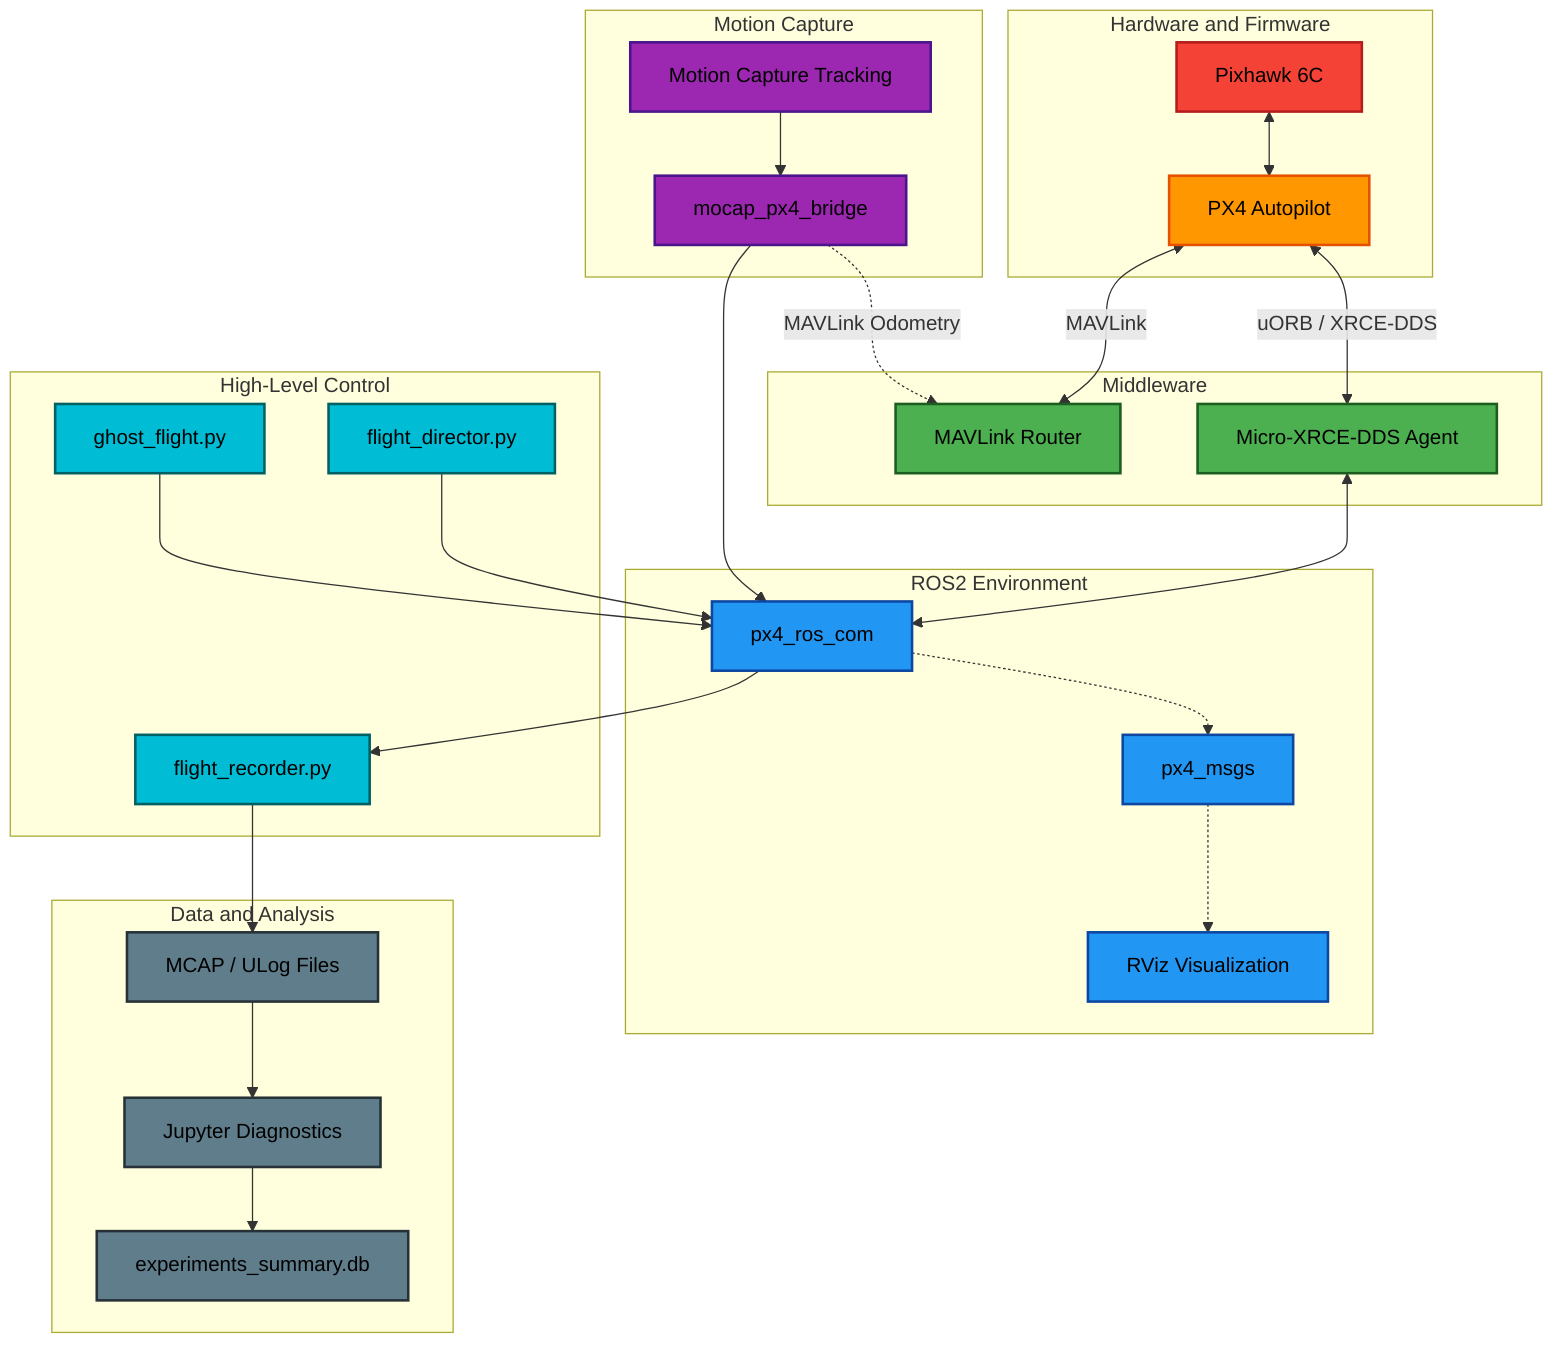
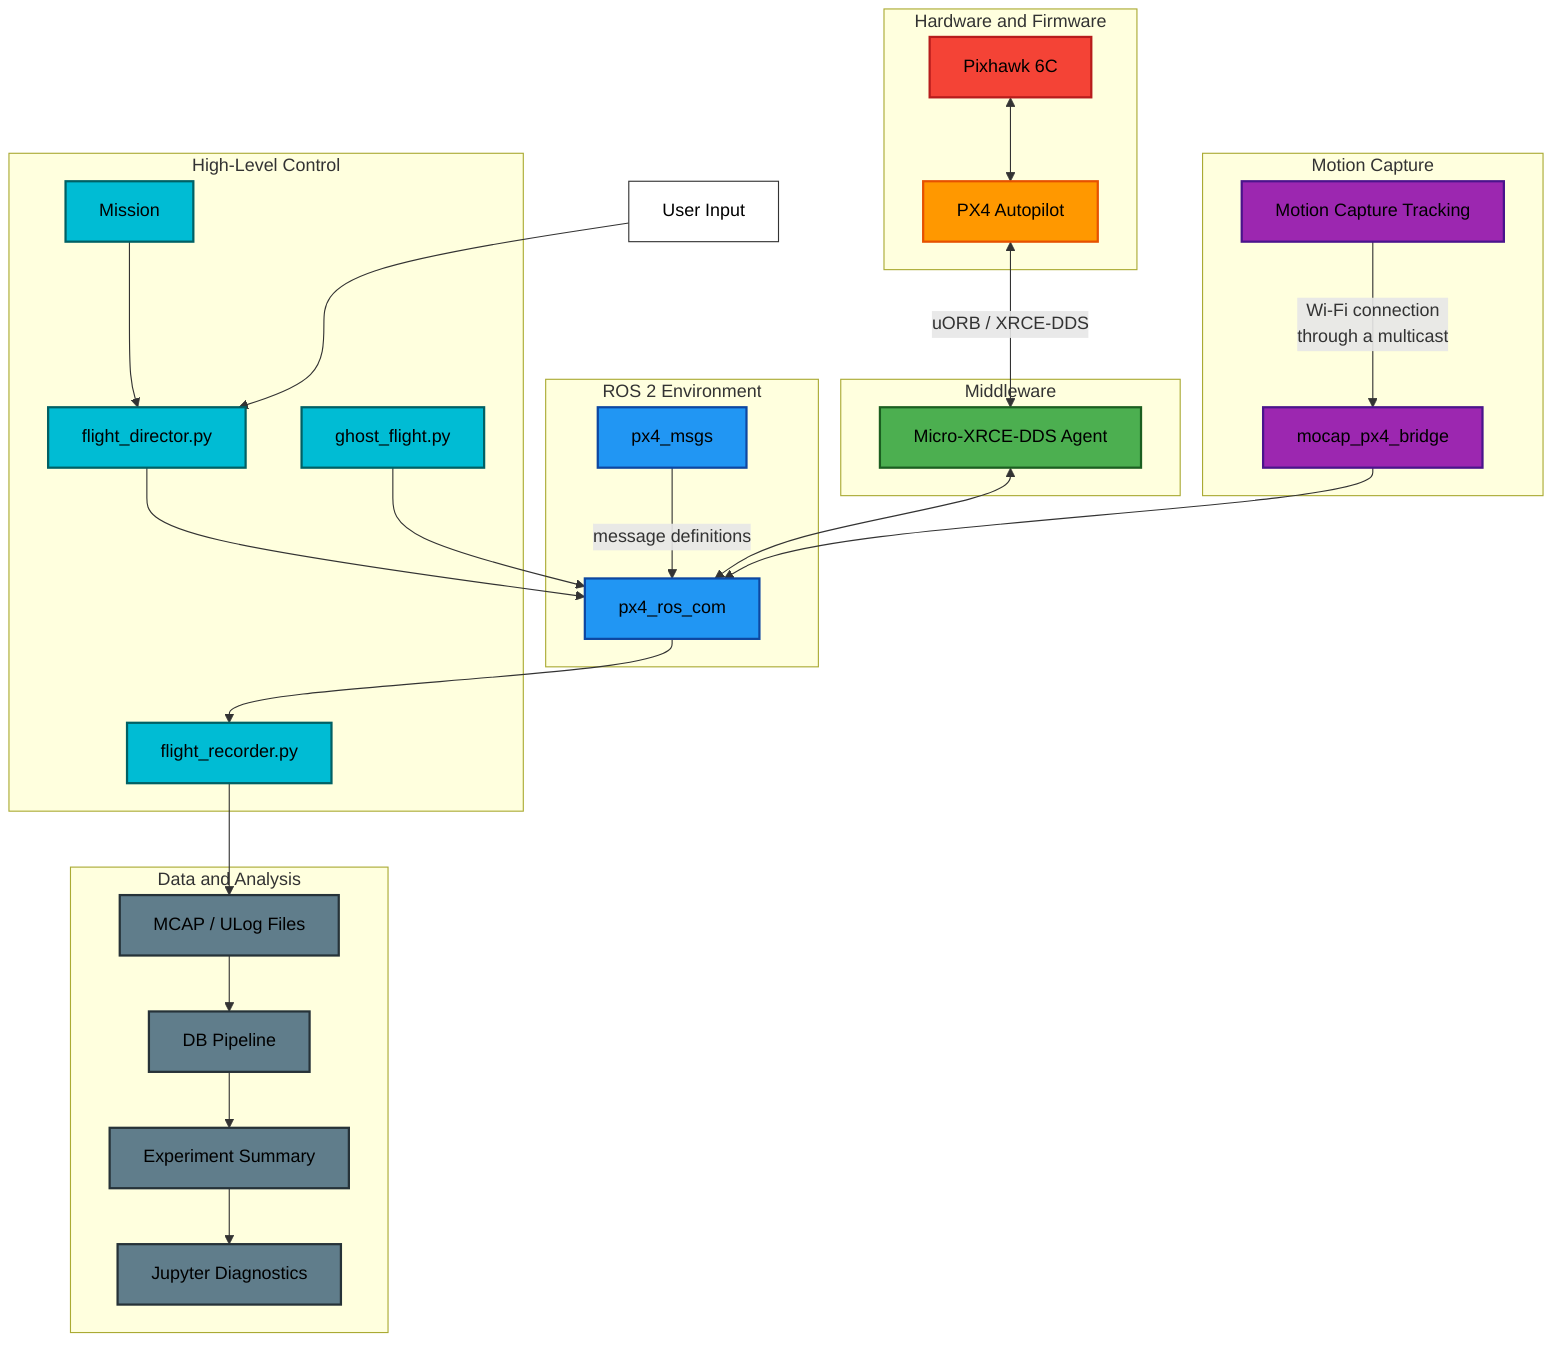
%% Drone Software Stack Architecture
+ %% 5-layer layout: Hardware → Middleware → ROS 2 → Control → Data
graph TD
-     %% Nodes and Relationships
-     subgraph Hardware and Firmware
+     %% ── Layer 1: Hardware and Firmware ──────────────────────────────────
+     subgraph Hardware["Hardware and Firmware"]
        Pixhawk[Pixhawk 6C]
        PX4[PX4 Autopilot]
        Pixhawk <--> PX4
    end

-     subgraph Middleware
-         MavlinkRouter[MAVLink Router]
+     %% ── Layer 2: Middleware ────────────────────────────────────────────
+     subgraph Middleware["Middleware"]
        MicroXRCE[Micro-XRCE-DDS Agent]
-         PX4 <-->|MAVLink| MavlinkRouter
        PX4 <-->|uORB / XRCE-DDS| MicroXRCE
    end

-     subgraph ROS2 Environment
+     %% ── Layer 3: ROS 2 Environment ─────────────────────────────────────
+     subgraph ROS2["ROS 2 Environment"]
+         PX4Msgs[px4_msgs]
        PX4ROSCom[px4_ros_com]
-         PX4Msgs[px4_msgs]
-         Rviz[RViz Visualization]
+         PX4Msgs -->|message definitions| PX4ROSCom
        MicroXRCE <--> PX4ROSCom
-         PX4ROSCom -.-> PX4Msgs
-         PX4Msgs -.-> Rviz
    end

-     subgraph Motion Capture
+     %% ── Motion Capture ─────────────────────────────────────────────────
+     subgraph MoCap["Motion Capture"]
        MocapTracking[Motion Capture Tracking]
        MocapBridge[mocap_px4_bridge]
-         MocapTracking --> MocapBridge
+         MocapTracking -->|"Wi-Fi connection\nthrough a multicast"| MocapBridge
        MocapBridge --> PX4ROSCom
-         MocapBridge -.->|MAVLink Odometry| MavlinkRouter
    end

-     subgraph High-Level Control
+     %% ── Layer 4: High-Level Control ────────────────────────────────────
+     subgraph Control["High-Level Control"]
+         Mission[Mission]
        FlightDirector[flight_director.py]
        FlightRecorder[flight_recorder.py]
        GhostFlight[ghost_flight.py]
+         Mission --> FlightDirector
        FlightDirector --> PX4ROSCom
        GhostFlight --> PX4ROSCom
        PX4ROSCom --> FlightRecorder
    end

-     subgraph Data and Analysis
+     %% ── User Input (outside all clusters) ───────────────────────────────
+     UserInput[User Input]
+ 
+     %% ── Layer 5: Data and Analysis ──────────────────────────────────────
+     subgraph Data["Data and Analysis"]
        Logs[MCAP / ULog Files]
+         DBPipeline[DB Pipeline]
+         ExpSummary[Experiment Summary]
        Jupyter[Jupyter Diagnostics]
-         SQLite[experiments_summary.db]
        FlightRecorder --> Logs
-         Logs --> Jupyter
-         Jupyter --> SQLite
+         Logs --> DBPipeline
+         DBPipeline --> ExpSummary
+         ExpSummary --> Jupyter
    end

-     %% Class Definitions
+     %% ── User Input connection (cross-cluster) ───────────────────────────
+     UserInput --> FlightDirector
+ 
+     %% ── Class Definitions ───────────────────────────────────────────────
    classDef hardware fill:#f44336,stroke:#b71c1c,stroke-width:2px,color:#000;
    classDef firmware fill:#ff9800,stroke:#e65100,stroke-width:2px,color:#000;
    classDef middleware fill:#4caf50,stroke:#1b5e20,stroke-width:2px,color:#000;
    classDef ros fill:#2196f3,stroke:#0d47a1,stroke-width:2px,color:#000;
    classDef mocap fill:#9c27b0,stroke:#4a148c,stroke-width:2px,color:#000;
    classDef control fill:#00bcd4,stroke:#006064,stroke-width:2px,color:#000;
    classDef analysis fill:#607d8b,stroke:#263238,stroke-width:2px,color:#000;
+     classDef user fill:#ffffff,stroke:#333333,stroke-width:1px,color:#000;

-     %% Class Assignments
+     %% ── Class Assignments ───────────────────────────────────────────────
    class Pixhawk hardware;
    class PX4 firmware;
-     class MavlinkRouter,MicroXRCE middleware;
-     class PX4ROSCom,PX4Msgs,Rviz ros;
+     class MicroXRCE middleware;
+     class PX4ROSCom,PX4Msgs ros;
    class MocapTracking,MocapBridge mocap;
-     class FlightDirector,FlightRecorder,GhostFlight control;
-     class Logs,Jupyter,SQLite analysis;
+     class Mission,FlightDirector,FlightRecorder,GhostFlight control;
+     class Logs,DBPipeline,ExpSummary,Jupyter analysis;
+     class UserInput user;